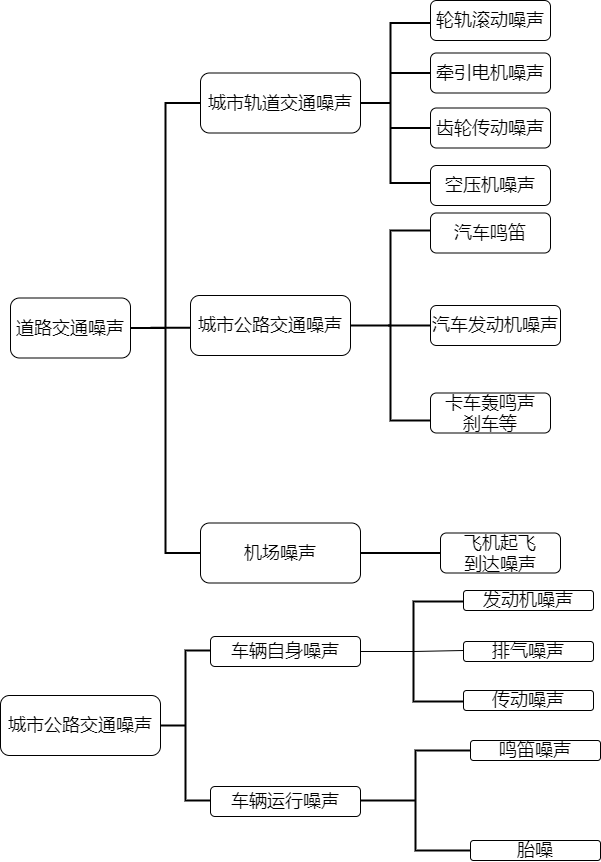
Above: 道路交通噪声分类.png in lhwjsj/Diagram (draw.io), before the change. Source tidied: cells renumbered, new cells last; positions are measured from the earlier drawing's top-left corner, leaving out a move shared by most shapes.
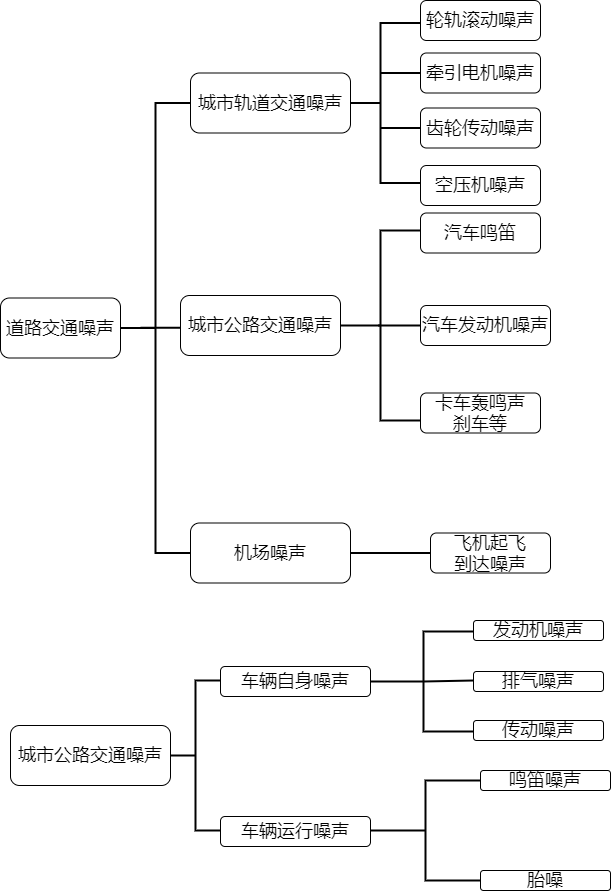
The same diagram one commit later.

Commit message:
Update 道路交通噪声分类.png

The edit, as a diff of the source:
```diff
@@ -81,45 +81,45 @@
       <mxGeometry relative="1" as="geometry" />
     </mxCell>
     <mxCell id="22" value="&lt;span style=&quot;font-size: 18px&quot;&gt;城市公路交通噪声&lt;/span&gt;" style="rounded=1;whiteSpace=wrap;html=1;" parent="1" vertex="1">
-      <mxGeometry y="695" width="160" height="60" as="geometry" />
+      <mxGeometry x="20" y="725" width="160" height="60" as="geometry" />
     </mxCell>
     <mxCell id="23" style="strokeWidth=2;html=1;shape=mxgraph.flowchart.annotation_2;align=left;labelPosition=right;" parent="1" vertex="1">
-      <mxGeometry x="160" y="650" width="50" height="150" as="geometry" />
+      <mxGeometry x="180" y="680" width="50" height="150" as="geometry" />
     </mxCell>
     <mxCell id="24" value="&lt;span style=&quot;font-size: 18px&quot;&gt;车辆自身噪声&lt;/span&gt;" style="rounded=1;whiteSpace=wrap;html=1;" parent="1" vertex="1">
-      <mxGeometry x="210" y="636" width="150" height="30" as="geometry" />
+      <mxGeometry x="230" y="666" width="150" height="30" as="geometry" />
     </mxCell>
     <mxCell id="25" value="&lt;span style=&quot;font-size: 18px&quot;&gt;车辆运行噪声&lt;/span&gt;" style="rounded=1;whiteSpace=wrap;html=1;" parent="1" vertex="1">
-      <mxGeometry x="210" y="786" width="150" height="30" as="geometry" />
+      <mxGeometry x="230" y="816" width="150" height="30" as="geometry" />
     </mxCell>
     <mxCell id="26" style="strokeWidth=2;html=1;shape=mxgraph.flowchart.annotation_1;align=left;" parent="1" vertex="1">
-      <mxGeometry x="413" y="601" width="50" height="100" as="geometry" />
+      <mxGeometry x="433" y="631" width="50" height="100" as="geometry" />
     </mxCell>
     <mxCell id="27" value="&lt;font style=&quot;font-size: 18px&quot;&gt;发动机噪声&lt;/font&gt;" style="rounded=1;whiteSpace=wrap;html=1;" parent="1" vertex="1">
-      <mxGeometry x="463" y="590" width="130" height="20" as="geometry" />
+      <mxGeometry x="483" y="620" width="130" height="20" as="geometry" />
     </mxCell>
     <mxCell id="28" value="&lt;font style=&quot;font-size: 18px&quot;&gt;排气噪声&lt;/font&gt;" style="rounded=1;whiteSpace=wrap;html=1;" parent="1" vertex="1">
-      <mxGeometry x="463" y="641" width="130" height="20" as="geometry" />
+      <mxGeometry x="483" y="671" width="130" height="20" as="geometry" />
     </mxCell>
     <mxCell id="29" value="&lt;font style=&quot;font-size: 18px&quot;&gt;传动噪声&lt;/font&gt;" style="rounded=1;whiteSpace=wrap;html=1;" parent="1" vertex="1">
-      <mxGeometry x="463" y="690" width="130" height="20" as="geometry" />
+      <mxGeometry x="483" y="720" width="130" height="20" as="geometry" />
     </mxCell>
-    <mxCell id="30" style="endArrow=none;html=1;exitX=0;exitY=0.5;exitDx=0;exitDy=0;exitPerimeter=0;" parent="1" edge="1" source="26">
+    <mxCell id="30" style="endArrow=none;html=1;exitX=0;exitY=0.5;exitDx=0;exitDy=0;exitPerimeter=0;jumpSize=7;strokeWidth=2;" parent="1" edge="1" source="26">
       <mxGeometry relative="1" as="geometry">
-        <mxPoint x="463" y="650" as="targetPoint" />
+        <mxPoint x="483" y="680" as="targetPoint" />
       </mxGeometry>
     </mxCell>
-    <mxCell id="31" style="endArrow=none;html=1;entryX=0;entryY=0.5;entryDx=0;entryDy=0;entryPerimeter=0;exitX=1;exitY=0.5;exitDx=0;exitDy=0;" parent="1" edge="1" source="24" target="26">
+    <mxCell id="31" style="endArrow=none;html=1;entryX=0;entryY=0.5;entryDx=0;entryDy=0;entryPerimeter=0;exitX=1;exitY=0.5;exitDx=0;exitDy=0;strokeWidth=2;" parent="1" edge="1" source="24" target="26">
       <mxGeometry relative="1" as="geometry" />
     </mxCell>
     <mxCell id="32" style="strokeWidth=2;html=1;shape=mxgraph.flowchart.annotation_2;align=left;labelPosition=right;" parent="1" vertex="1">
-      <mxGeometry x="360" y="750" width="110" height="100" as="geometry" />
+      <mxGeometry x="380" y="780" width="110" height="100" as="geometry" />
     </mxCell>
     <mxCell id="33" value="&lt;font style=&quot;font-size: 18px&quot;&gt;鸣笛噪声&lt;/font&gt;" style="rounded=1;whiteSpace=wrap;html=1;" parent="1" vertex="1">
-      <mxGeometry x="470" y="740" width="130" height="20" as="geometry" />
+      <mxGeometry x="490" y="770" width="130" height="20" as="geometry" />
     </mxCell>
     <mxCell id="34" value="&lt;font style=&quot;font-size: 18px&quot;&gt;胎噪&lt;/font&gt;" style="rounded=1;whiteSpace=wrap;html=1;" parent="1" vertex="1">
-      <mxGeometry x="470" y="840" width="130" height="20" as="geometry" />
+      <mxGeometry x="490" y="870" width="130" height="20" as="geometry" />
     </mxCell>
   </root>
 </mxGraphModel>
```
